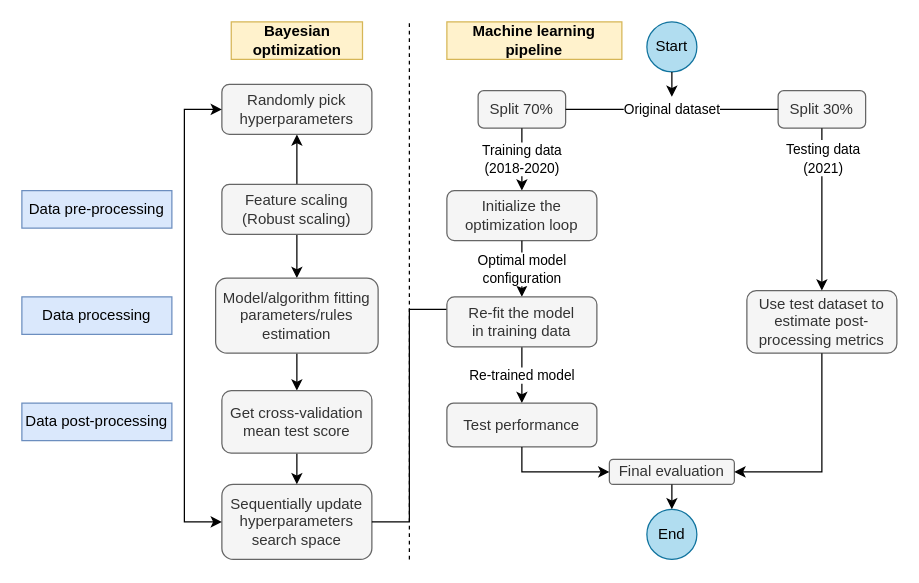
The draw.io diagram Untitled Diagram.drawio in renatoquiliche/PaperCienciaDados-PunoPeru, before the edit. Source tidied: cells renumbered, new cells numbered last; positions are measured from the earlier drawing's top-left corner, leaving out a move shared by most shapes. Both pictures are drawn from the tidied source at 125%, with x=0, y=0 at pixel (21, 21).
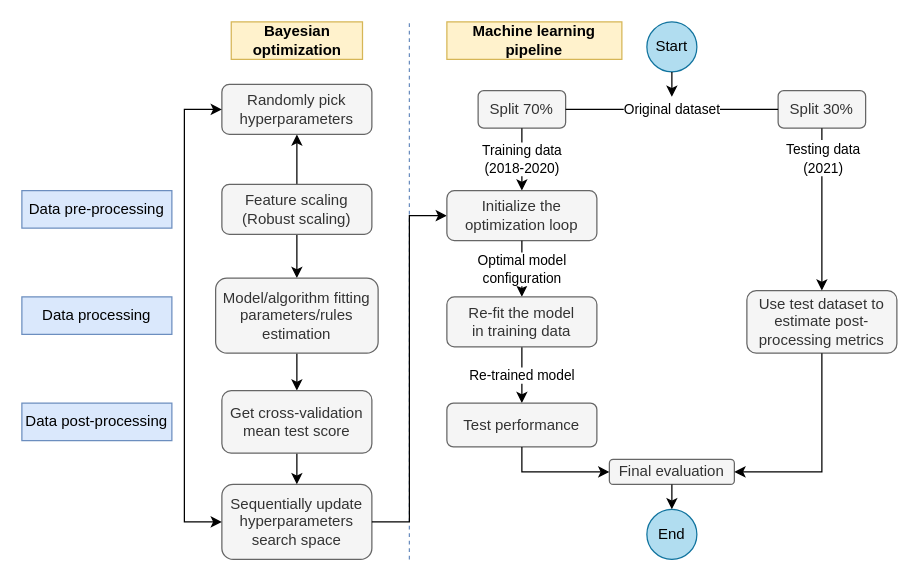
The same page after the edit.

The change refers to these unchanged cells:
```xml
<mxCell id="9" value="Sequentially update hyperparameters search space" style="whiteSpace=wrap;html=1;rounded=1;fillColor=#f5f5f5;fontColor=#333333;strokeColor=#666666;" parent="1" vertex="1">
  <mxGeometry x="160" y="370" width="120" height="60" as="geometry" />
</mxCell>
<mxCell id="31" value="Initialize the optimization loop" style="rounded=1;whiteSpace=wrap;html=1;fillColor=#f5f5f5;fontColor=#333333;strokeColor=#666666;" parent="1" vertex="1">
  <mxGeometry x="340" y="135" width="120" height="40" as="geometry" />
</mxCell>
```

What changed in the source:
```diff
@@
-    <mxCell id="23" style="endArrow=none;dashed=1;html=1;rounded=0;" parent="1" edge="1">
+    <mxCell id="23" style="endArrow=none;dashed=1;html=1;rounded=0;fillColor=#dae8fc;strokeColor=#6c8ebf;" parent="1" edge="1">
       <mxGeometry relative="1" as="geometry">
         <mxPoint x="310" y="430" as="sourcePoint" />
         <mxPoint x="310" as="targetPoint" />
       </mxGeometry>
     </mxCell>
-    <mxCell id="24" style="endArrow=classic;html=1;rounded=0;exitX=1;exitY=0.5;exitDx=0;exitDy=0;" parent="1" edge="1" source="9">
+    <mxCell id="24" style="endArrow=classic;html=1;rounded=0;exitX=1;exitY=0.5;exitDx=0;exitDy=0;entryX=0;entryY=0.5;entryDx=0;entryDy=0;" parent="1" edge="1" source="9" target="31">
       <mxGeometry relative="1" as="geometry">
-        <mxPoint x="360" y="230" as="targetPoint" />
         <Array as="points">
           <mxPoint x="310" y="400" />
-          <mxPoint x="310" y="230" />
+          <mxPoint x="310" y="155" />
         </Array>
       </mxGeometry>
     </mxCell>
```
